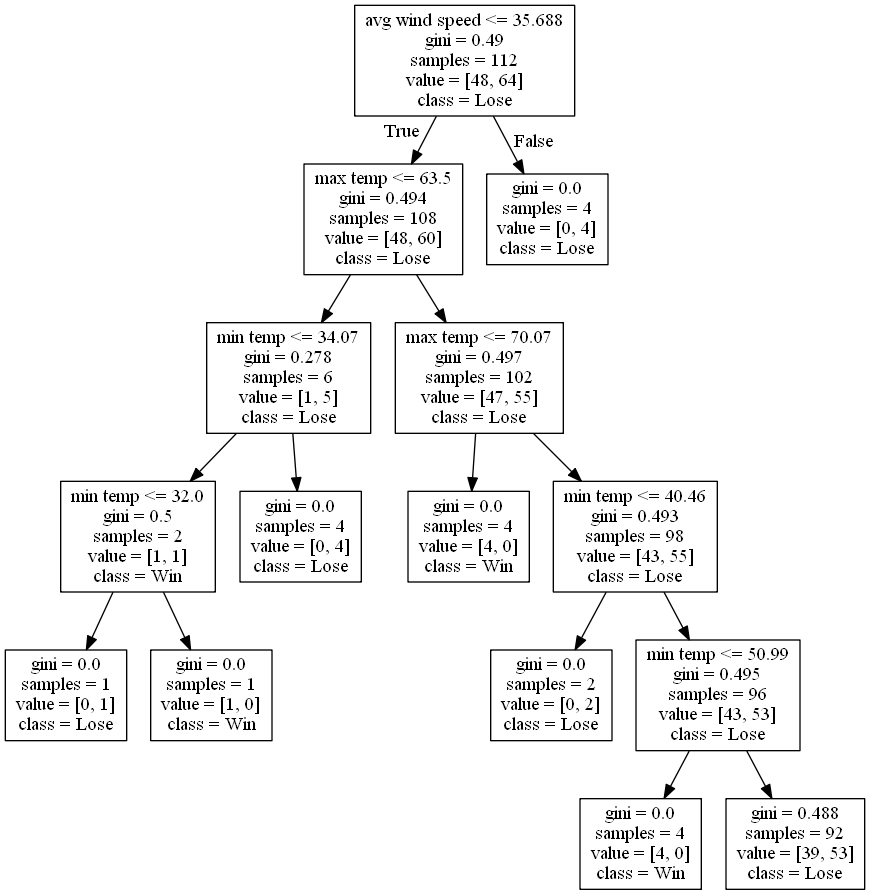
Earlier version of the Graphviz export DecisionTrees/decision_tree_no_score_or_attendance_test_603.png (alexana-steck/CSE482Project). Its source is kept beside it as DecisionTrees/decision_tree_no_score_or_attendance_test_603.dot.
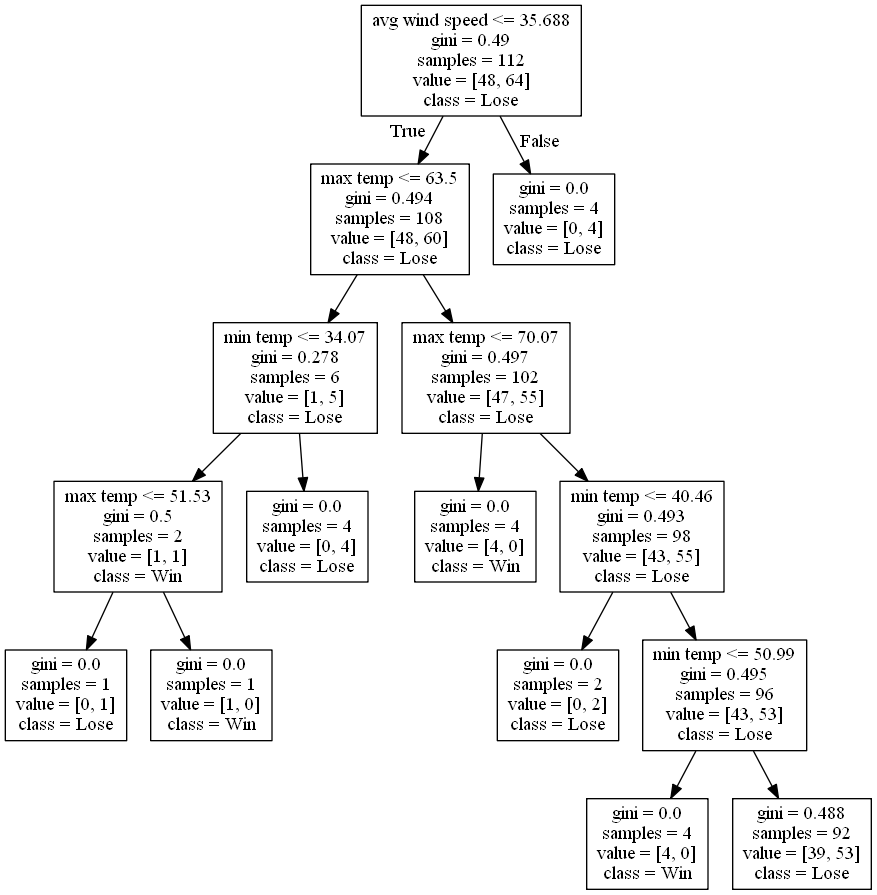
The same diagram one commit later.

Change to the diagram source:
```diff
@@ -5,7 +5,7 @@
 0 -> 1 [labeldistance=2.5, labelangle=45, headlabel="True"] ;
 2 [label="min temp <= 34.07\ngini = 0.278\nsamples = 6\nvalue = [1, 5]\nclass = Lose"] ;
 1 -> 2 ;
-3 [label="min temp <= 32.0\ngini = 0.5\nsamples = 2\nvalue = [1, 1]\nclass = Win"] ;
+3 [label="max temp <= 51.53\ngini = 0.5\nsamples = 2\nvalue = [1, 1]\nclass = Win"] ;
 2 -> 3 ;
 4 [label="gini = 0.0\nsamples = 1\nvalue = [0, 1]\nclass = Lose"] ;
 3 -> 4 ;
```
